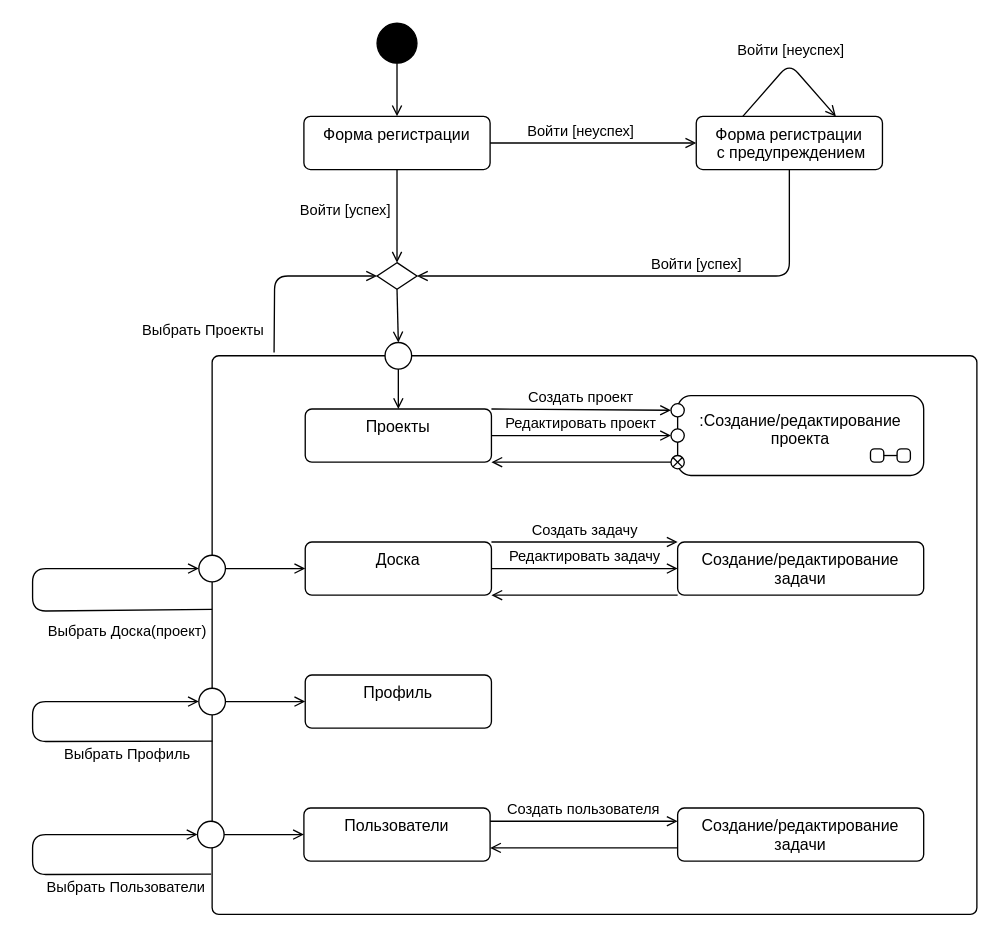
The draw.io diagram ui/automata/raw/main.drawio in aVorotnikov/thunder_board, before the edit. Source tidied: cells renumbered, new cells numbered last; positions are measured from the earlier drawing's top-left corner, leaving out a move shared by most shapes. Both pictures are drawn from the tidied source at 133%, with x=0, y=0 at pixel (32, 23).
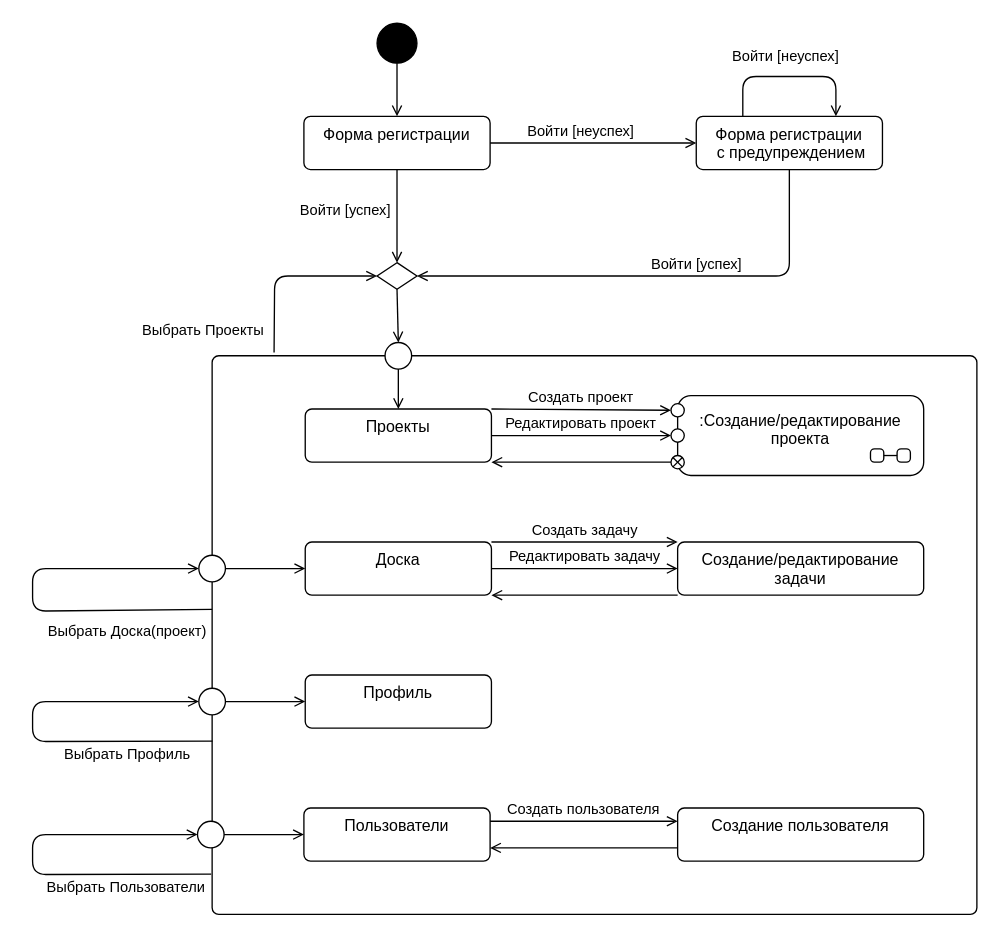
The same diagram, later.

Commit message (it also covers changes not shown here):
Исправлены опечатки

Unchanged cells that the change refers to:
```xml
<mxCell id="5" value="Форма регистрации&lt;br&gt;&amp;nbsp;с предупреждением" style="html=1;align=center;verticalAlign=top;rounded=1;absoluteArcSize=1;arcSize=10;dashed=0;whiteSpace=wrap;" parent="1" vertex="1">
  <mxGeometry x="499" y="70" width="140" height="40" as="geometry" />
</mxCell>
```

The edit, as a diff of the source:
```diff
@@
-    <mxCell id="9" style="endArrow=open;html=1;rounded=1;exitX=0.25;exitY=0;exitDx=0;exitDy=0;entryX=0.75;entryY=0;entryDx=0;entryDy=0;curved=0;endFill=0;" parent="1" edge="1" source="5" target="5">
+    <mxCell id="9" style="endArrow=open;html=1;rounded=1;exitX=0.25;exitY=0;exitDx=0;exitDy=0;entryX=0.75;entryY=0;entryDx=0;entryDy=0;curved=0;endFill=0;elbow=vertical;" parent="1" edge="1" source="5" target="5">
       <mxGeometry relative="1" as="geometry">
         <Array as="points">
-          <mxPoint x="569" y="30" />
+          <mxPoint x="534" y="40" />
+          <mxPoint x="604" y="40" />
         </Array>
       </mxGeometry>
     </mxCell>
@@
-    <mxCell id="55" value="Создание/редактирование задачи" style="html=1;align=center;verticalAlign=top;rounded=1;absoluteArcSize=1;arcSize=10;dashed=0;whiteSpace=wrap;" parent="1" vertex="1">
+    <mxCell id="55" value="Создание пользователя" style="html=1;align=center;verticalAlign=top;rounded=1;absoluteArcSize=1;arcSize=10;dashed=0;whiteSpace=wrap;" parent="1" vertex="1">
       <mxGeometry x="485" y="590" width="185" height="40" as="geometry" />
     </mxCell>
```
